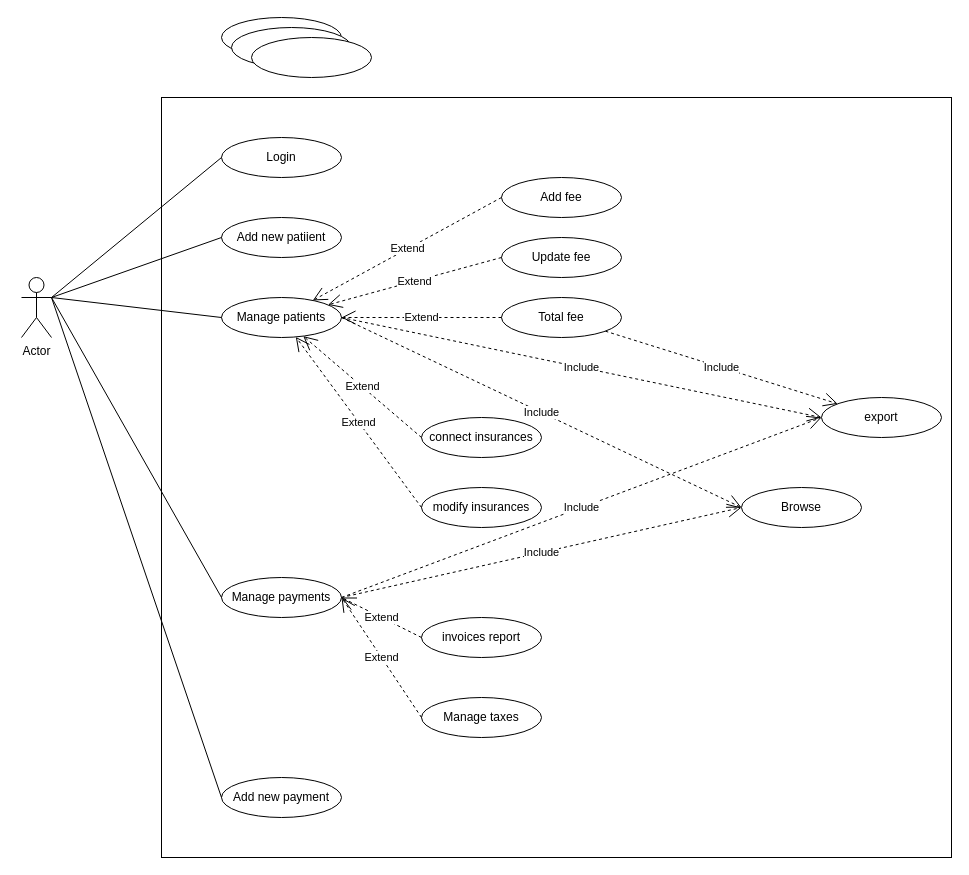
The draw.io diagram page "Trang-2" (2 of 2) of swd.drawio in baspdd/desktop-tutorial, before the edit. Source tidied: cells renumbered, new cells numbered last; positions are measured from the earlier drawing's top-left corner, leaving out a move shared by most shapes. Both pictures are drawn from the tidied source at 100%, with x=0, y=0 at pixel (21, 17).
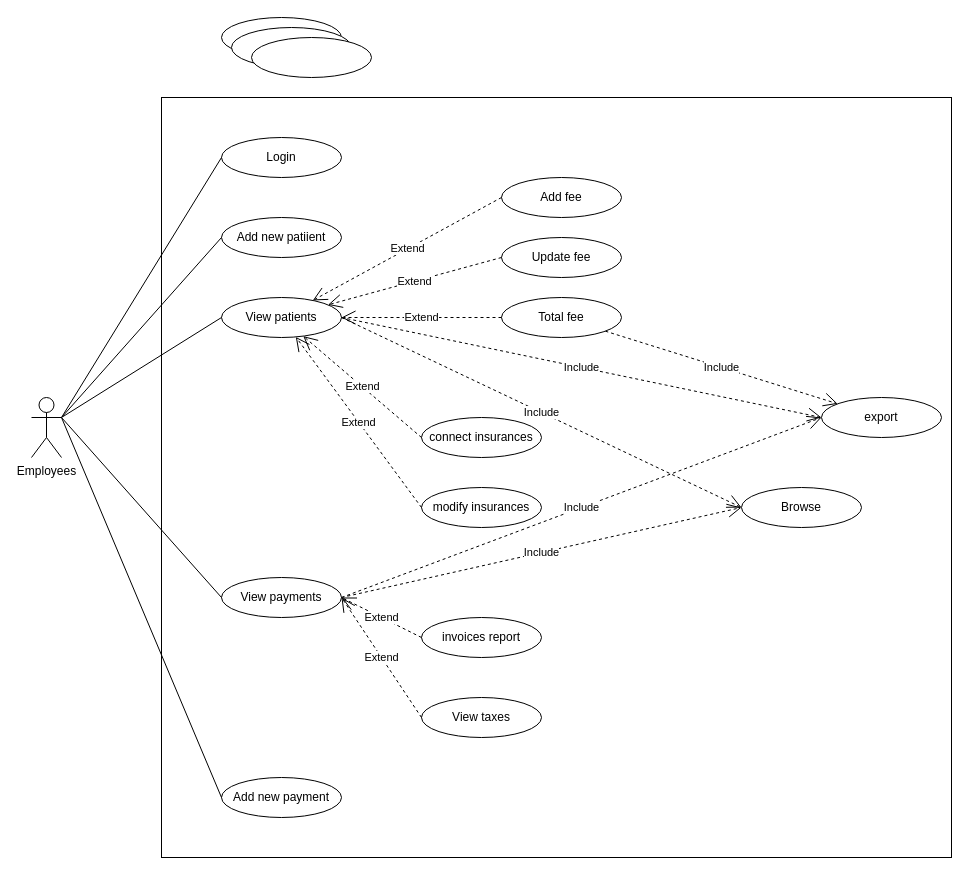
Above is the later version.

The edit, as a diff of the source:
```diff
@@
-    <mxCell id="3" value="Actor" style="shape=umlActor;verticalLabelPosition=bottom;verticalAlign=top;html=1;outlineConnect=0;" parent="1" vertex="1">
-      <mxGeometry y="260" width="30" height="60" as="geometry" />
+    <mxCell id="3" value="Employees" style="shape=umlActor;verticalLabelPosition=bottom;verticalAlign=top;html=1;outlineConnect=0;" parent="1" vertex="1">
+      <mxGeometry x="10" y="380" width="30" height="60" as="geometry" />
     </mxCell>
@@
-    <mxCell id="9" value="Manage taxes" style="ellipse;whiteSpace=wrap;html=1;" parent="1" vertex="1">
+    <mxCell id="9" value="View taxes" style="ellipse;whiteSpace=wrap;html=1;" parent="1" vertex="1">
       <mxGeometry x="400" y="680" width="120" height="40" as="geometry" />
     </mxCell>
@@
-    <mxCell id="13" value="Manage payments" style="ellipse;whiteSpace=wrap;html=1;" parent="1" vertex="1">
+    <mxCell id="13" value="View payments" style="ellipse;whiteSpace=wrap;html=1;" parent="1" vertex="1">
       <mxGeometry x="200" y="560" width="120" height="40" as="geometry" />
     </mxCell>
@@
-    <mxCell id="16" value="Manage patients" style="ellipse;whiteSpace=wrap;html=1;" parent="1" vertex="1">
+    <mxCell id="16" value="View patients" style="ellipse;whiteSpace=wrap;html=1;" parent="1" vertex="1">
       <mxGeometry x="200" y="280" width="120" height="40" as="geometry" />
     </mxCell>
```
